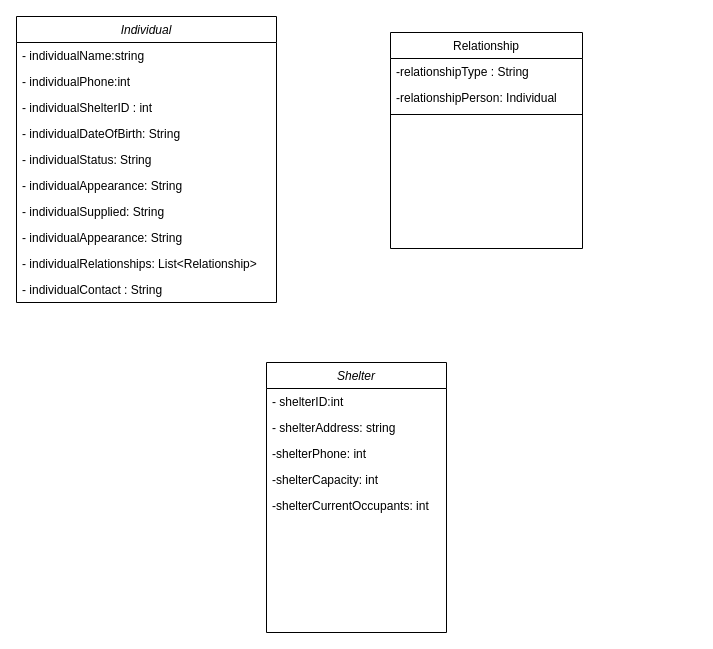
This is Untitled Diagram.drawio from LittleMercyEh/ensf380, a draw.io file, before an edit. Source tidied: cells renumbered, new cells numbered last; positions are measured from the earlier drawing's top-left corner, leaving out a move shared by most shapes. Both pictures are drawn from the tidied source at 100%, with x=0, y=0 at pixel (16, 16).
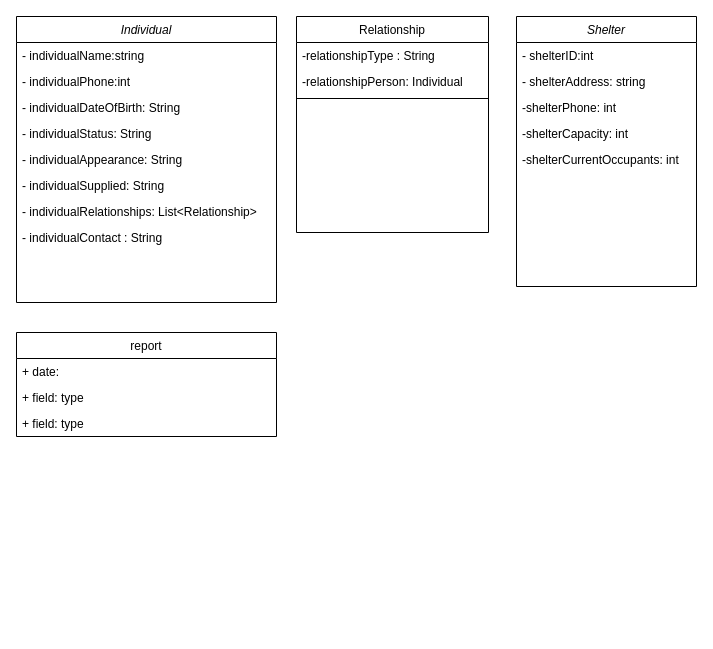
After the change.

Commit message:
added one more chart

The change refers to these unchanged cells:
```xml
<mxCell id="2" value="Individual" style="swimlane;fontStyle=2;align=center;verticalAlign=top;horizontal=1;startSize=26;rounded=0;shadow=0;strokeWidth=1;" parent="1" vertex="1">
  <mxGeometry width="260" height="286" as="geometry" />
</mxCell>
```

Diff of the diagram source:
```diff
@@
-    <mxCell id="5" value="- individualShelterID : int" style="text;align=left;verticalAlign=top;spacingLeft=4;spacingRight=4;overflow=hidden;rounded=0;shadow=0;html=0;" parent="2" vertex="1">
-      <mxGeometry y="78" width="260" height="26" as="geometry" />
-    </mxCell>
     <mxCell id="6" value="- individualDateOfBirth: String" style="text;align=left;verticalAlign=top;spacingLeft=4;spacingRight=4;overflow=hidden;rounded=0;shadow=0;html=0;" parent="2" vertex="1">
-      <mxGeometry y="104" width="260" height="26" as="geometry" />
+      <mxGeometry y="78" width="260" height="26" as="geometry" />
     </mxCell>
     <mxCell id="7" value="- individualStatus: String" style="text;align=left;verticalAlign=top;spacingLeft=4;spacingRight=4;overflow=hidden;rounded=0;shadow=0;html=0;" parent="2" vertex="1">
-      <mxGeometry y="130" width="260" height="26" as="geometry" />
+      <mxGeometry y="104" width="260" height="26" as="geometry" />
     </mxCell>
     <mxCell id="8" value="- individualAppearance: String" style="text;align=left;verticalAlign=top;spacingLeft=4;spacingRight=4;overflow=hidden;rounded=0;shadow=0;html=0;" parent="2" vertex="1">
-      <mxGeometry y="156" width="260" height="26" as="geometry" />
+      <mxGeometry y="130" width="260" height="26" as="geometry" />
     </mxCell>
     <mxCell id="9" value="- individualSupplied: String" style="text;align=left;verticalAlign=top;spacingLeft=4;spacingRight=4;overflow=hidden;rounded=0;shadow=0;html=0;" parent="2" vertex="1">
-      <mxGeometry y="182" width="260" height="26" as="geometry" />
+      <mxGeometry y="156" width="260" height="26" as="geometry" />
     </mxCell>
-    <mxCell id="10" value="- individualAppearance: String" style="text;align=left;verticalAlign=top;spacingLeft=4;spacingRight=4;overflow=hidden;rounded=0;shadow=0;html=0;" parent="2" vertex="1">
-      <mxGeometry y="208" width="260" height="26" as="geometry" />
-    </mxCell>
     <mxCell id="11" value="- individualRelationships: List&lt;Relationship&gt;" style="text;align=left;verticalAlign=top;spacingLeft=4;spacingRight=4;overflow=hidden;rounded=0;shadow=0;html=0;" parent="2" vertex="1">
-      <mxGeometry y="234" width="260" height="26" as="geometry" />
+      <mxGeometry y="182" width="260" height="26" as="geometry" />
     </mxCell>
     <mxCell id="12" value="- individualContact : String" style="text;align=left;verticalAlign=top;spacingLeft=4;spacingRight=4;overflow=hidden;rounded=0;shadow=0;html=0;" parent="2" vertex="1">
-      <mxGeometry y="260" width="260" height="26" as="geometry" />
+      <mxGeometry y="208" width="260" height="26" as="geometry" />
     </mxCell>
     <mxCell id="13" value="Relationship" style="swimlane;fontStyle=0;align=center;verticalAlign=top;horizontal=1;startSize=26;rounded=0;shadow=0;strokeWidth=1;" parent="1" vertex="1">
-      <mxGeometry x="374" y="16" width="192" height="216" as="geometry" />
+      <mxGeometry x="280" width="192" height="216" as="geometry" />
     </mxCell>
@@
     <mxCell id="17" value="Shelter" style="swimlane;fontStyle=2;align=center;verticalAlign=top;horizontal=1;startSize=26;rounded=0;shadow=0;strokeWidth=1;" parent="1" vertex="1">
-      <mxGeometry x="250" y="346" width="180" height="270" as="geometry" />
+      <mxGeometry x="500" width="180" height="270" as="geometry" />
     </mxCell>
@@
+    <mxCell id="23" value="report" style="swimlane;fontStyle=0;horizontal=1;startSize=26;fillColor=none;" parent="1" vertex="1">
+      <mxGeometry y="316" width="260" height="104" as="geometry" />
+    </mxCell>
+    <mxCell id="24" value="+ date: " style="text;strokeColor=none;fillColor=none;align=left;verticalAlign=top;spacingLeft=4;spacingRight=4;overflow=hidden;" parent="23" vertex="1">
+      <mxGeometry y="26" width="260" height="26" as="geometry" />
+    </mxCell>
+    <mxCell id="25" value="+ field: type" style="text;strokeColor=none;fillColor=none;align=left;verticalAlign=top;spacingLeft=4;spacingRight=4;overflow=hidden;" parent="23" vertex="1">
+      <mxGeometry y="52" width="260" height="26" as="geometry" />
+    </mxCell>
+    <mxCell id="26" value="+ field: type" style="text;strokeColor=none;fillColor=none;align=left;verticalAlign=top;spacingLeft=4;spacingRight=4;overflow=hidden;" parent="23" vertex="1">
+      <mxGeometry y="78" width="260" height="26" as="geometry" />
+    </mxCell>
```
